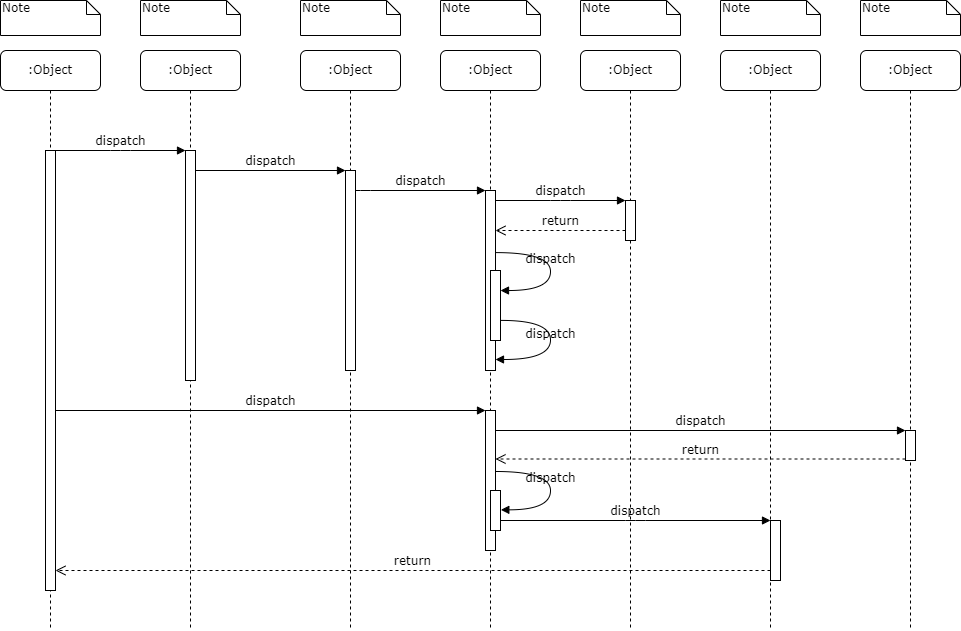
kaisunoo/Acads keeps this draw.io diagram as Sequence Diagram_Superadmin.drawio.png. Above is the earlier version. Source tidied: cells renumbered, new cells last; positions are measured from the earlier drawing's top-left corner, leaving out a move shared by most shapes.
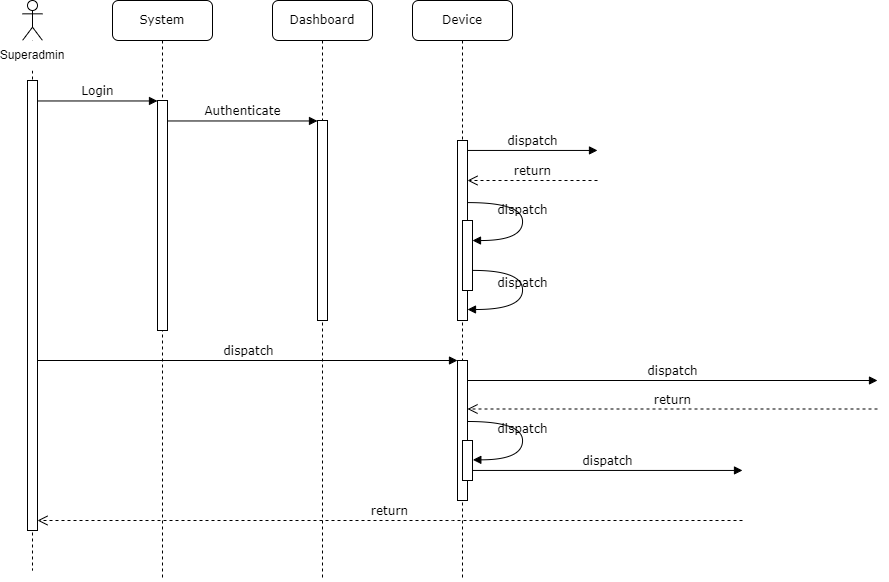
Above is the later version.

The edit, as a diff of the source:
```diff
@@ -2,54 +2,32 @@
   <root>
     <mxCell id="0" />
     <mxCell id="1" parent="0" />
-    <mxCell id="2" value=":Object" style="shape=umlLifeline;perimeter=lifelinePerimeter;whiteSpace=wrap;html=1;rounded=1;shadow=0;comic=0;labelBackgroundColor=none;strokeWidth=1;fontFamily=Verdana;fontSize=12;align=center;" parent="1" vertex="1">
+    <mxCell id="2" value="System" style="shape=umlLifeline;perimeter=lifelinePerimeter;whiteSpace=wrap;html=1;rounded=1;shadow=0;comic=0;labelBackgroundColor=none;strokeWidth=1;fontFamily=Verdana;fontSize=12;align=center;" parent="1" vertex="1">
       <mxGeometry x="140" y="50" width="100" height="580" as="geometry" />
     </mxCell>
     <mxCell id="3" style="html=1;points=[];perimeter=orthogonalPerimeter;rounded=0;shadow=0;comic=0;labelBackgroundColor=none;strokeWidth=1;fontFamily=Verdana;fontSize=12;align=center;" parent="2" vertex="1">
       <mxGeometry x="45" y="100" width="10" height="230" as="geometry" />
     </mxCell>
-    <mxCell id="4" value=":Object" style="shape=umlLifeline;perimeter=lifelinePerimeter;whiteSpace=wrap;html=1;rounded=1;shadow=0;comic=0;labelBackgroundColor=none;strokeWidth=1;fontFamily=Verdana;fontSize=12;align=center;" parent="1" vertex="1">
+    <mxCell id="4" value="Dashboard" style="shape=umlLifeline;perimeter=lifelinePerimeter;whiteSpace=wrap;html=1;rounded=1;shadow=0;comic=0;labelBackgroundColor=none;strokeWidth=1;fontFamily=Verdana;fontSize=12;align=center;" parent="1" vertex="1">
       <mxGeometry x="300" y="50" width="100" height="580" as="geometry" />
     </mxCell>
     <mxCell id="5" style="html=1;points=[];perimeter=orthogonalPerimeter;rounded=0;shadow=0;comic=0;labelBackgroundColor=none;strokeWidth=1;fontFamily=Verdana;fontSize=12;align=center;" parent="4" vertex="1">
       <mxGeometry x="45" y="120" width="10" height="200" as="geometry" />
     </mxCell>
-    <mxCell id="6" value=":Object" style="shape=umlLifeline;perimeter=lifelinePerimeter;whiteSpace=wrap;html=1;rounded=1;shadow=0;comic=0;labelBackgroundColor=none;strokeWidth=1;fontFamily=Verdana;fontSize=12;align=center;" parent="1" vertex="1">
+    <mxCell id="6" value="Device" style="shape=umlLifeline;perimeter=lifelinePerimeter;whiteSpace=wrap;html=1;rounded=1;shadow=0;comic=0;labelBackgroundColor=none;strokeWidth=1;fontFamily=Verdana;fontSize=12;align=center;" parent="1" vertex="1">
       <mxGeometry x="440" y="50" width="100" height="580" as="geometry" />
     </mxCell>
-    <mxCell id="7" value=":Object" style="shape=umlLifeline;perimeter=lifelinePerimeter;whiteSpace=wrap;html=1;rounded=1;shadow=0;comic=0;labelBackgroundColor=none;strokeWidth=1;fontFamily=Verdana;fontSize=12;align=center;" parent="1" vertex="1">
-      <mxGeometry x="580" y="50" width="100" height="580" as="geometry" />
-    </mxCell>
-    <mxCell id="8" value=":Object" style="shape=umlLifeline;perimeter=lifelinePerimeter;whiteSpace=wrap;html=1;rounded=1;shadow=0;comic=0;labelBackgroundColor=none;strokeWidth=1;fontFamily=Verdana;fontSize=12;align=center;" parent="1" vertex="1">
-      <mxGeometry x="720" y="50" width="100" height="580" as="geometry" />
-    </mxCell>
-    <mxCell id="9" value=":Object" style="shape=umlLifeline;perimeter=lifelinePerimeter;whiteSpace=wrap;html=1;rounded=1;shadow=0;comic=0;labelBackgroundColor=none;strokeWidth=1;fontFamily=Verdana;fontSize=12;align=center;" parent="1" vertex="1">
-      <mxGeometry x="860" y="50" width="100" height="580" as="geometry" />
-    </mxCell>
-    <mxCell id="10" value=":Object" style="shape=umlLifeline;perimeter=lifelinePerimeter;whiteSpace=wrap;html=1;rounded=1;shadow=0;comic=0;labelBackgroundColor=none;strokeWidth=1;fontFamily=Verdana;fontSize=12;align=center;" parent="1" vertex="1">
-      <mxGeometry y="50" width="100" height="580" as="geometry" />
-    </mxCell>
-    <mxCell id="11" style="html=1;points=[];perimeter=orthogonalPerimeter;rounded=0;shadow=0;comic=0;labelBackgroundColor=none;strokeWidth=1;fontFamily=Verdana;fontSize=12;align=center;" parent="10" vertex="1">
-      <mxGeometry x="45" y="100" width="10" height="440" as="geometry" />
-    </mxCell>
     <mxCell id="12" style="html=1;points=[];perimeter=orthogonalPerimeter;rounded=0;shadow=0;comic=0;labelBackgroundColor=none;strokeWidth=1;fontFamily=Verdana;fontSize=12;align=center;" parent="1" vertex="1">
       <mxGeometry x="485" y="190" width="10" height="180" as="geometry" />
     </mxCell>
-    <mxCell id="13" value="dispatch" style="html=1;verticalAlign=bottom;endArrow=block;labelBackgroundColor=none;fontFamily=Verdana;fontSize=12;edgeStyle=elbowEdgeStyle;elbow=vertical;" parent="1" edge="1" source="5" target="12">
-      <mxGeometry relative="1" as="geometry">
-        <Array as="points">
-          <mxPoint x="360" y="190" />
-        </Array>
-      </mxGeometry>
-    </mxCell>
-    <mxCell id="14" style="html=1;points=[];perimeter=orthogonalPerimeter;rounded=0;shadow=0;comic=0;labelBackgroundColor=none;strokeWidth=1;fontFamily=Verdana;fontSize=12;align=center;" parent="1" vertex="1">
-      <mxGeometry x="625" y="200" width="10" height="40" as="geometry" />
-    </mxCell>
-    <mxCell id="15" value="dispatch" style="html=1;verticalAlign=bottom;endArrow=block;entryX=0;entryY=0;labelBackgroundColor=none;fontFamily=Verdana;fontSize=12;edgeStyle=elbowEdgeStyle;elbow=vertical;" parent="1" edge="1" source="12" target="14">
-      <mxGeometry relative="1" as="geometry" />
+    <mxCell id="15" value="dispatch" style="html=1;verticalAlign=bottom;endArrow=block;entryX=0;entryY=0;labelBackgroundColor=none;fontFamily=Verdana;fontSize=12;edgeStyle=elbowEdgeStyle;elbow=vertical;" parent="1" edge="1" source="12">
+      <mxGeometry relative="1" as="geometry">
+        <mxPoint x="625" y="200" as="targetPoint" />
+      </mxGeometry>
     </mxCell>
-    <mxCell id="16" value="return" style="html=1;verticalAlign=bottom;endArrow=open;dashed=1;endSize=8;labelBackgroundColor=none;fontFamily=Verdana;fontSize=12;edgeStyle=elbowEdgeStyle;elbow=vertical;" parent="1" edge="1" source="14" target="12">
+    <mxCell id="16" value="return" style="html=1;verticalAlign=bottom;endArrow=open;dashed=1;endSize=8;labelBackgroundColor=none;fontFamily=Verdana;fontSize=12;edgeStyle=elbowEdgeStyle;elbow=vertical;" parent="1" edge="1" target="12">
       <mxGeometry relative="1" as="geometry">
+        <mxPoint x="625" y="230" as="sourcePoint" />
         <Array as="points">
           <mxPoint x="570" y="230" />
           <mxPoint x="600" y="230" />
@@ -59,35 +37,36 @@
     <mxCell id="17" style="html=1;points=[];perimeter=orthogonalPerimeter;rounded=0;shadow=0;comic=0;labelBackgroundColor=none;strokeWidth=1;fontFamily=Verdana;fontSize=12;align=center;" parent="1" vertex="1">
       <mxGeometry x="485" y="410" width="10" height="140" as="geometry" />
     </mxCell>
-    <mxCell id="18" value="dispatch" style="html=1;verticalAlign=bottom;endArrow=block;entryX=0;entryY=0;labelBackgroundColor=none;fontFamily=Verdana;fontSize=12;" parent="1" edge="1" source="11" target="17">
+    <mxCell id="18" value="dispatch" style="html=1;verticalAlign=bottom;endArrow=block;entryX=0;entryY=0;labelBackgroundColor=none;fontFamily=Verdana;fontSize=12;" parent="1" edge="1" source="40" target="17">
       <mxGeometry relative="1" as="geometry" />
     </mxCell>
-    <mxCell id="19" style="html=1;points=[];perimeter=orthogonalPerimeter;rounded=0;shadow=0;comic=0;labelBackgroundColor=none;strokeColor=#000000;strokeWidth=1;fillColor=#FFFFFF;fontFamily=Verdana;fontSize=12;fontColor=#000000;align=center;" parent="1" vertex="1">
-      <mxGeometry x="905" y="430" width="10" height="30" as="geometry" />
-    </mxCell>
-    <mxCell id="20" value="dispatch" style="html=1;verticalAlign=bottom;endArrow=block;entryX=0;entryY=0;labelBackgroundColor=none;fontFamily=Verdana;fontSize=12;" parent="1" edge="1" source="17" target="19">
-      <mxGeometry relative="1" as="geometry" />
+    <mxCell id="20" value="dispatch" style="html=1;verticalAlign=bottom;endArrow=block;entryX=0;entryY=0;labelBackgroundColor=none;fontFamily=Verdana;fontSize=12;" parent="1" edge="1" source="17">
+      <mxGeometry relative="1" as="geometry">
+        <mxPoint x="905" y="430" as="targetPoint" />
+      </mxGeometry>
     </mxCell>
-    <mxCell id="21" value="return" style="html=1;verticalAlign=bottom;endArrow=open;dashed=1;endSize=8;exitX=0;exitY=0.95;labelBackgroundColor=none;fontFamily=Verdana;fontSize=12;" parent="1" edge="1" source="19" target="17">
-      <mxGeometry relative="1" as="geometry" />
+    <mxCell id="21" value="return" style="html=1;verticalAlign=bottom;endArrow=open;dashed=1;endSize=8;exitX=0;exitY=0.95;labelBackgroundColor=none;fontFamily=Verdana;fontSize=12;" parent="1" edge="1" target="17">
+      <mxGeometry relative="1" as="geometry">
+        <mxPoint x="905" y="458.5" as="sourcePoint" />
+      </mxGeometry>
     </mxCell>
-    <mxCell id="22" style="html=1;points=[];perimeter=orthogonalPerimeter;rounded=0;shadow=0;comic=0;labelBackgroundColor=none;strokeWidth=1;fontFamily=Verdana;fontSize=12;align=center;" parent="1" vertex="1">
-      <mxGeometry x="770" y="520" width="10" height="60" as="geometry" />
-    </mxCell>
-    <mxCell id="23" value="dispatch" style="html=1;verticalAlign=bottom;endArrow=block;entryX=0;entryY=0;labelBackgroundColor=none;fontFamily=Verdana;fontSize=12;edgeStyle=elbowEdgeStyle;elbow=vertical;" parent="1" edge="1" source="30" target="22">
-      <mxGeometry relative="1" as="geometry" />
+    <mxCell id="23" value="dispatch" style="html=1;verticalAlign=bottom;endArrow=block;entryX=0;entryY=0;labelBackgroundColor=none;fontFamily=Verdana;fontSize=12;edgeStyle=elbowEdgeStyle;elbow=vertical;" parent="1" edge="1" source="30">
+      <mxGeometry relative="1" as="geometry">
+        <mxPoint x="770" y="520" as="targetPoint" />
+      </mxGeometry>
     </mxCell>
-    <mxCell id="24" value="return" style="html=1;verticalAlign=bottom;endArrow=open;dashed=1;endSize=8;labelBackgroundColor=none;fontFamily=Verdana;fontSize=12;edgeStyle=elbowEdgeStyle;elbow=vertical;" parent="1" edge="1" source="22" target="11">
+    <mxCell id="24" value="return" style="html=1;verticalAlign=bottom;endArrow=open;dashed=1;endSize=8;labelBackgroundColor=none;fontFamily=Verdana;fontSize=12;edgeStyle=elbowEdgeStyle;elbow=vertical;" parent="1" edge="1" target="40">
       <mxGeometry relative="1" as="geometry">
+        <mxPoint x="770" y="570" as="sourcePoint" />
         <Array as="points">
           <mxPoint x="470" y="570" />
         </Array>
       </mxGeometry>
     </mxCell>
-    <mxCell id="25" value="dispatch" style="html=1;verticalAlign=bottom;endArrow=block;entryX=0;entryY=0;labelBackgroundColor=none;fontFamily=Verdana;fontSize=12;edgeStyle=elbowEdgeStyle;elbow=vertical;" parent="1" edge="1" source="11" target="3">
+    <mxCell id="25" value="Login" style="html=1;verticalAlign=bottom;endArrow=block;entryX=0;entryY=0;labelBackgroundColor=none;fontFamily=Verdana;fontSize=12;edgeStyle=elbowEdgeStyle;elbow=vertical;" parent="1" edge="1" source="40" target="3">
       <mxGeometry relative="1" as="geometry" />
     </mxCell>
-    <mxCell id="26" value="dispatch" style="html=1;verticalAlign=bottom;endArrow=block;entryX=0;entryY=0;labelBackgroundColor=none;fontFamily=Verdana;fontSize=12;edgeStyle=elbowEdgeStyle;elbow=vertical;" parent="1" edge="1" source="3" target="5">
+    <mxCell id="26" value="Authenticate" style="html=1;verticalAlign=bottom;endArrow=block;entryX=0;entryY=0;labelBackgroundColor=none;fontFamily=Verdana;fontSize=12;edgeStyle=elbowEdgeStyle;elbow=vertical;" parent="1" edge="1" source="3" target="5">
       <mxGeometry relative="1" as="geometry" />
     </mxCell>
     <mxCell id="27" style="html=1;points=[];perimeter=orthogonalPerimeter;rounded=0;shadow=0;comic=0;labelBackgroundColor=none;strokeWidth=1;fontFamily=Verdana;fontSize=12;align=center;" parent="1" vertex="1">
@@ -123,26 +102,14 @@
         </Array>
       </mxGeometry>
     </mxCell>
-    <mxCell id="32" value="Note" style="shape=note;whiteSpace=wrap;html=1;size=14;verticalAlign=top;align=left;spacingTop=-6;rounded=0;shadow=0;comic=0;labelBackgroundColor=none;strokeWidth=1;fontFamily=Verdana;fontSize=12;" parent="1" vertex="1">
-      <mxGeometry width="100" height="35" as="geometry" />
-    </mxCell>
-    <mxCell id="33" value="Note" style="shape=note;whiteSpace=wrap;html=1;size=14;verticalAlign=top;align=left;spacingTop=-6;rounded=0;shadow=0;comic=0;labelBackgroundColor=none;strokeWidth=1;fontFamily=Verdana;fontSize=12;" parent="1" vertex="1">
-      <mxGeometry x="140" width="100" height="35" as="geometry" />
-    </mxCell>
-    <mxCell id="34" value="Note" style="shape=note;whiteSpace=wrap;html=1;size=14;verticalAlign=top;align=left;spacingTop=-6;rounded=0;shadow=0;comic=0;labelBackgroundColor=none;strokeWidth=1;fontFamily=Verdana;fontSize=12;" parent="1" vertex="1">
-      <mxGeometry x="300" width="100" height="35" as="geometry" />
-    </mxCell>
-    <mxCell id="35" value="Note" style="shape=note;whiteSpace=wrap;html=1;size=14;verticalAlign=top;align=left;spacingTop=-6;rounded=0;shadow=0;comic=0;labelBackgroundColor=none;strokeWidth=1;fontFamily=Verdana;fontSize=12;" parent="1" vertex="1">
-      <mxGeometry x="440" width="100" height="35" as="geometry" />
-    </mxCell>
-    <mxCell id="36" value="Note" style="shape=note;whiteSpace=wrap;html=1;size=14;verticalAlign=top;align=left;spacingTop=-6;rounded=0;shadow=0;comic=0;labelBackgroundColor=none;strokeWidth=1;fontFamily=Verdana;fontSize=12;" parent="1" vertex="1">
-      <mxGeometry x="580" width="100" height="35" as="geometry" />
-    </mxCell>
-    <mxCell id="37" value="Note" style="shape=note;whiteSpace=wrap;html=1;size=14;verticalAlign=top;align=left;spacingTop=-6;rounded=0;shadow=0;comic=0;labelBackgroundColor=none;strokeWidth=1;fontFamily=Verdana;fontSize=12;" parent="1" vertex="1">
-      <mxGeometry x="720" width="100" height="35" as="geometry" />
-    </mxCell>
-    <mxCell id="38" value="Note" style="shape=note;whiteSpace=wrap;html=1;size=14;verticalAlign=top;align=left;spacingTop=-6;rounded=0;shadow=0;comic=0;labelBackgroundColor=none;strokeWidth=1;fontFamily=Verdana;fontSize=12;" parent="1" vertex="1">
-      <mxGeometry x="860" width="100" height="35" as="geometry" />
-    </mxCell>
+    <mxCell id="39" style="shape=umlLifeline;perimeter=lifelinePerimeter;whiteSpace=wrap;html=1;newEdgeStyle={&quot;curved&quot;:0,&quot;rounded&quot;:0};participant=umlActor;" parent="1" vertex="1">
+      <mxGeometry x="50" y="50" width="20" height="570" as="geometry" />
+    </mxCell>
+    <mxCell id="40" style="html=1;points=[[0,0,0,0,5],[0,1,0,0,-5],[1,0,0,0,5],[1,1,0,0,-5]];perimeter=orthogonalPerimeter;outlineConnect=0;targetShapes=umlLifeline;portConstraint=eastwest;newEdgeStyle={&quot;curved&quot;:0,&quot;rounded&quot;:0};" parent="39" vertex="1">
+      <mxGeometry x="5" y="80" width="10" height="450" as="geometry" />
+    </mxCell>
+    <mxCell id="41" value="Superadmin" style="text;strokeColor=none;align=center;fillColor=#FFFFFF;html=1;verticalAlign=middle;whiteSpace=wrap;rounded=0;" parent="1" vertex="1">
+      <mxGeometry x="30" y="90" width="60" height="30" as="geometry" />
+    </mxCell>
   </root>
 </mxGraphModel>
```
